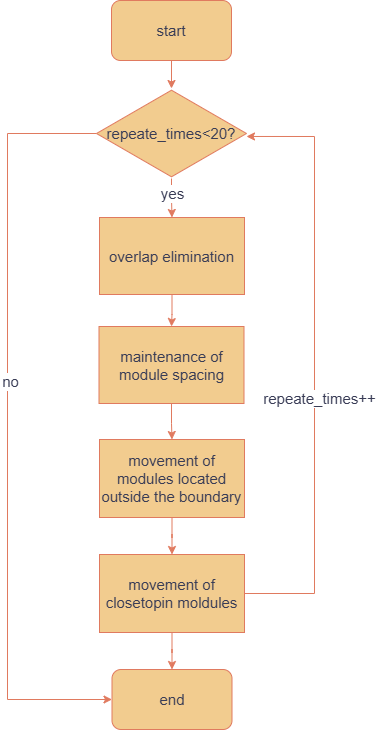
Earlier version of the draw.io export src/legalize.drawio.png (USCLHY/-springmvc). Source tidied: cells renumbered, new cells last; positions are measured from the earlier drawing's top-left corner, leaving out a move shared by most shapes.
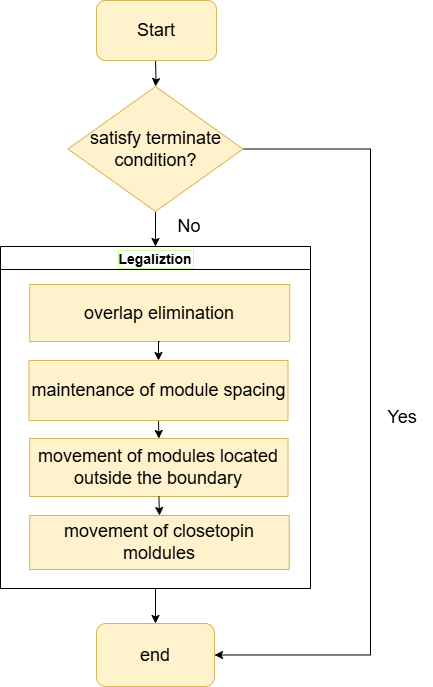
The same diagram one commit later.

What changed in the source:
```diff
@@ -2,71 +2,63 @@
   <root>
     <mxCell id="0" />
     <mxCell id="1" parent="0" />
-    <mxCell id="2" style="edgeStyle=orthogonalEdgeStyle;rounded=0;jettySize=auto;html=1;exitX=0.5;exitY=1;exitDx=0;exitDy=0;strokeColor=#E07A5F;fontColor=#393C56;fillColor=#F2CC8F;" parent="1" edge="1" source="3" target="17">
-      <mxGeometry relative="1" as="geometry" />
-    </mxCell>
-    <mxCell id="3" value="&lt;font style=&quot;font-size: 15px;&quot;&gt;start&lt;/font&gt;" style="rounded=1;whiteSpace=wrap;html=1;labelBackgroundColor=none;fillColor=#F2CC8F;strokeColor=#E07A5F;fontColor=#393C56;" parent="1" vertex="1">
-      <mxGeometry x="104" width="120" height="60" as="geometry" />
-    </mxCell>
-    <mxCell id="4" style="edgeStyle=orthogonalEdgeStyle;rounded=0;jettySize=auto;html=1;strokeColor=#E07A5F;fontColor=#393C56;fillColor=#F2CC8F;" parent="1" edge="1" source="5" target="7">
-      <mxGeometry relative="1" as="geometry" />
-    </mxCell>
-    <mxCell id="5" value="&lt;font style=&quot;font-size: 15px;&quot;&gt;overlap elimination&lt;/font&gt;" style="rounded=0;whiteSpace=wrap;html=1;labelBackgroundColor=none;fillColor=#F2CC8F;strokeColor=#E07A5F;fontColor=#393C56;" parent="1" vertex="1">
-      <mxGeometry x="92" y="217" width="145" height="77" as="geometry" />
-    </mxCell>
+    <mxCell id="20" style="edgeStyle=orthogonalEdgeStyle;rounded=0;jettySize=auto;html=1;exitX=0.5;exitY=1;exitDx=0;exitDy=0;" parent="1" edge="1" source="21" target="12">
+      <mxGeometry relative="1" as="geometry" />
+    </mxCell>
+    <mxCell id="21" value="Legaliztion" style="swimlane;startSize=23;fontSize=14;labelBackgroundColor=default;labelBorderColor=#CCFF99;" parent="1" vertex="1">
+      <mxGeometry x="8.5" y="292" width="310" height="342" as="geometry" />
+    </mxCell>
+    <mxCell id="10" value="&lt;font style=&quot;font-size: 18px;&quot;&gt;movement of closetopin moldules&lt;/font&gt;" style="rounded=0;whiteSpace=wrap;html=1;labelBackgroundColor=none;fillColor=#fff2cc;strokeColor=#d6b656;" parent="21" vertex="1">
+      <mxGeometry x="29.2" y="269" width="259.5" height="54" as="geometry" />
+    </mxCell>
+    <mxCell id="9" value="&lt;font style=&quot;font-size: 18px;&quot;&gt;movement of modules located outside the boundary&lt;/font&gt;" style="rounded=0;whiteSpace=wrap;html=1;labelBackgroundColor=none;fillColor=#fff2cc;strokeColor=#d6b656;" parent="21" vertex="1">
+      <mxGeometry x="29.2" y="192" width="258.2" height="58" as="geometry" />
+    </mxCell>
+    <mxCell id="8" style="edgeStyle=orthogonalEdgeStyle;rounded=0;jettySize=auto;html=1;exitX=0.5;exitY=1;exitDx=0;exitDy=0;entryX=0.5;entryY=0;entryDx=0;entryDy=0;" parent="21" edge="1" source="9" target="10">
+      <mxGeometry relative="1" as="geometry" />
+    </mxCell>
-    <mxCell id="6" style="edgeStyle=orthogonalEdgeStyle;rounded=0;jettySize=auto;html=1;labelBackgroundColor=none;strokeColor=#E07A5F;fontColor=default;" parent="1" edge="1" source="7" target="9">
+    <mxCell id="6" style="edgeStyle=orthogonalEdgeStyle;rounded=0;jettySize=auto;html=1;exitX=0.5;exitY=1;exitDx=0;exitDy=0;entryX=0.5;entryY=0;entryDx=0;entryDy=0;" parent="21" edge="1" source="7" target="9">
       <mxGeometry relative="1" as="geometry" />
     </mxCell>
-    <mxCell id="7" value="&lt;font style=&quot;font-size: 15px;&quot;&gt;maintenance of module spacing&lt;/font&gt;" style="rounded=0;whiteSpace=wrap;html=1;labelBackgroundColor=none;fillColor=#F2CC8F;strokeColor=#E07A5F;fontColor=#393C56;" parent="1" vertex="1">
-      <mxGeometry x="91.5" y="326" width="145" height="77" as="geometry" />
+    <mxCell id="7" value="&lt;font style=&quot;font-size: 18px;&quot;&gt;maintenance of module spacing&lt;/font&gt;" style="rounded=0;whiteSpace=wrap;html=1;labelBackgroundColor=none;fillColor=#fff2cc;strokeColor=#d6b656;" parent="21" vertex="1">
+      <mxGeometry x="28.5" y="114" width="259" height="60" as="geometry" />
     </mxCell>
-    <mxCell id="8" style="edgeStyle=orthogonalEdgeStyle;rounded=0;jettySize=auto;html=1;labelBackgroundColor=none;strokeColor=#E07A5F;fontColor=default;" parent="1" edge="1" source="9" target="10">
-      <mxGeometry relative="1" as="geometry" />
-    </mxCell>
-    <mxCell id="9" value="&lt;font style=&quot;font-size: 15px;&quot;&gt;movement of modules located outside the boundary&lt;/font&gt;" style="rounded=0;whiteSpace=wrap;html=1;labelBackgroundColor=none;fillColor=#F2CC8F;strokeColor=#E07A5F;fontColor=#393C56;" parent="1" vertex="1">
-      <mxGeometry x="92" y="439" width="145" height="78" as="geometry" />
-    </mxCell>
-    <mxCell id="10" value="&lt;font style=&quot;font-size: 15px;&quot;&gt;movement of closetopin moldules&lt;/font&gt;" style="rounded=0;whiteSpace=wrap;html=1;labelBackgroundColor=none;fillColor=#F2CC8F;strokeColor=#E07A5F;fontColor=#393C56;" parent="1" vertex="1">
-      <mxGeometry x="92" y="554" width="145" height="78" as="geometry" />
-    </mxCell>
-    <mxCell id="11" style="edgeStyle=orthogonalEdgeStyle;rounded=0;jettySize=auto;html=1;labelBackgroundColor=none;strokeColor=#E07A5F;fontColor=default;" parent="1" edge="1" source="10" target="12">
-      <mxGeometry relative="1" as="geometry" />
-    </mxCell>
+    <mxCell id="5" value="&lt;font style=&quot;font-size: 18px;&quot;&gt;overlap elimination&lt;/font&gt;" style="rounded=0;whiteSpace=wrap;html=1;labelBackgroundColor=none;fillColor=#fff2cc;strokeColor=#d6b656;" parent="21" vertex="1">
+      <mxGeometry x="29.2" y="38" width="260" height="57" as="geometry" />
+    </mxCell>
+    <mxCell id="4" style="edgeStyle=orthogonalEdgeStyle;rounded=0;jettySize=auto;html=1;exitX=0.5;exitY=1;exitDx=0;exitDy=0;entryX=0.5;entryY=0;entryDx=0;entryDy=0;" parent="21" edge="1" source="5" target="7">
+      <mxGeometry relative="1" as="geometry" />
+    </mxCell>
+    <mxCell id="22" style="edgeStyle=orthogonalEdgeStyle;rounded=0;jettySize=auto;html=1;exitX=0.5;exitY=1;exitDx=0;exitDy=0;" parent="1" edge="1" source="24" target="21">
+      <mxGeometry relative="1" as="geometry" />
+    </mxCell>
+    <mxCell id="23" style="edgeStyle=orthogonalEdgeStyle;rounded=0;jettySize=auto;html=1;exitX=1;exitY=0.5;exitDx=0;exitDy=0;entryX=1;entryY=0.5;entryDx=0;entryDy=0;" parent="1" edge="1" source="24" target="12">
+      <mxGeometry relative="1" as="geometry">
+        <Array as="points">
+          <mxPoint x="378.5" y="195" />
+          <mxPoint x="378.5" y="701" />
+        </Array>
+      </mxGeometry>
+    </mxCell>
+    <mxCell id="24" value="&lt;font style=&quot;font-size: 18px;&quot;&gt;satisfy terminate condition?&lt;/font&gt;" style="rhombus;whiteSpace=wrap;html=1;fillColor=#fff2cc;strokeColor=#d6b656;" parent="1" vertex="1">
+      <mxGeometry x="76" y="132" width="175" height="125" as="geometry" />
+    </mxCell>
+    <mxCell id="25" style="edgeStyle=orthogonalEdgeStyle;rounded=0;jettySize=auto;html=1;" parent="1" edge="1" target="24">
+      <mxGeometry relative="1" as="geometry">
+        <mxPoint x="163.5" y="104" as="sourcePoint" />
+      </mxGeometry>
+    </mxCell>
+    <mxCell id="26" value="&lt;font style=&quot;font-size: 18px;&quot;&gt;No&lt;/font&gt;" style="text;html=1;align=center;verticalAlign=middle;whiteSpace=wrap;rounded=0;" parent="1" vertex="1">
+      <mxGeometry x="167.5" y="257" width="60" height="30" as="geometry" />
+    </mxCell>
+    <mxCell id="27" value="&lt;font style=&quot;font-size: 18px;&quot;&gt;Yes&lt;/font&gt;" style="text;html=1;align=center;verticalAlign=middle;whiteSpace=wrap;rounded=0;" parent="1" vertex="1">
+      <mxGeometry x="380.5" y="448" width="60" height="30" as="geometry" />
+    </mxCell>
+    <mxCell id="28" value="&lt;font style=&quot;font-size: 18px;&quot;&gt;Start&lt;/font&gt;" style="rounded=1;whiteSpace=wrap;html=1;fillColor=#fff2cc;strokeColor=#d6b656;" parent="1" vertex="1">
+      <mxGeometry x="104.5" y="46" width="120" height="60" as="geometry" />
+    </mxCell>
-    <mxCell id="12" value="&lt;font style=&quot;font-size: 15px;&quot;&gt;end&lt;/font&gt;" style="rounded=1;whiteSpace=wrap;html=1;labelBackgroundColor=none;fillColor=#F2CC8F;strokeColor=#E07A5F;fontColor=#393C56;" parent="1" vertex="1">
-      <mxGeometry x="104.5" y="669" width="120" height="60" as="geometry" />
+    <mxCell id="12" value="&lt;font style=&quot;font-size: 18px;&quot;&gt;end&lt;/font&gt;" style="rounded=1;whiteSpace=wrap;html=1;fillColor=#fff2cc;strokeColor=#d6b656;" parent="1" vertex="1">
+      <mxGeometry x="104.5" y="669" width="118" height="63" as="geometry" />
     </mxCell>
-    <mxCell id="13" style="edgeStyle=orthogonalEdgeStyle;rounded=0;jettySize=auto;html=1;strokeColor=#E07A5F;fontColor=#393C56;fillColor=#F2CC8F;" parent="1" edge="1" source="17" target="5">
-      <mxGeometry relative="1" as="geometry" />
-    </mxCell>
-    <mxCell id="14" value="yes" style="edgeLabel;html=1;align=center;verticalAlign=middle;strokeColor=#E07A5F;fontColor=#393C56;fillColor=#F2CC8F;fontSize=15;" parent="13" vertex="1">
-      <mxGeometry x="0.17" y="1" relative="1" as="geometry">
-        <mxPoint x="-1" y="-8" as="offset" />
-      </mxGeometry>
-    </mxCell>
-    <mxCell id="15" style="edgeStyle=orthogonalEdgeStyle;rounded=0;jettySize=auto;html=1;entryX=0;entryY=0.5;entryDx=0;entryDy=0;strokeColor=#E07A5F;fontColor=#393C56;fillColor=#F2CC8F;" parent="1" edge="1" source="17" target="12">
-      <mxGeometry relative="1" as="geometry">
-        <Array as="points">
-          <mxPoint y="133" />
-          <mxPoint y="699" />
-        </Array>
-      </mxGeometry>
-    </mxCell>
-    <mxCell id="16" value="no" style="edgeLabel;html=1;align=center;verticalAlign=middle;strokeColor=#E07A5F;fontColor=#393C56;fillColor=#F2CC8F;fontSize=15;" parent="15" vertex="1">
-      <mxGeometry x="-0.11" y="2" relative="1" as="geometry" />
-    </mxCell>
-    <mxCell id="17" value="&lt;font style=&quot;font-size: 15px;&quot;&gt;repeate_times&amp;lt;20?&lt;/font&gt;" style="html=1;whiteSpace=wrap;shape=isoRectangle;strokeColor=#E07A5F;fontColor=#393C56;fillColor=#F2CC8F;" parent="1" vertex="1">
-      <mxGeometry x="89" y="88" width="150" height="90" as="geometry" />
-    </mxCell>
-    <mxCell id="18" style="edgeStyle=orthogonalEdgeStyle;rounded=0;jettySize=auto;html=1;exitX=1;exitY=0.5;exitDx=0;exitDy=0;entryX=1;entryY=0.533;entryDx=0;entryDy=0;entryPerimeter=0;strokeColor=#E07A5F;fontColor=#393C56;fillColor=#F2CC8F;" parent="1" edge="1" source="10" target="17">
-      <mxGeometry relative="1" as="geometry">
-        <Array as="points">
-          <mxPoint x="307" y="593" />
-          <mxPoint x="307" y="136" />
-        </Array>
-      </mxGeometry>
-    </mxCell>
-    <mxCell id="19" value="repeate_times++" style="edgeLabel;html=1;align=center;verticalAlign=middle;strokeColor=#E07A5F;fontColor=#393C56;fillColor=#F2CC8F;fontSize=15;" parent="18" vertex="1">
-      <mxGeometry x="-0.11" y="-4" relative="1" as="geometry" />
-    </mxCell>
   </root>
 </mxGraphModel>
```
